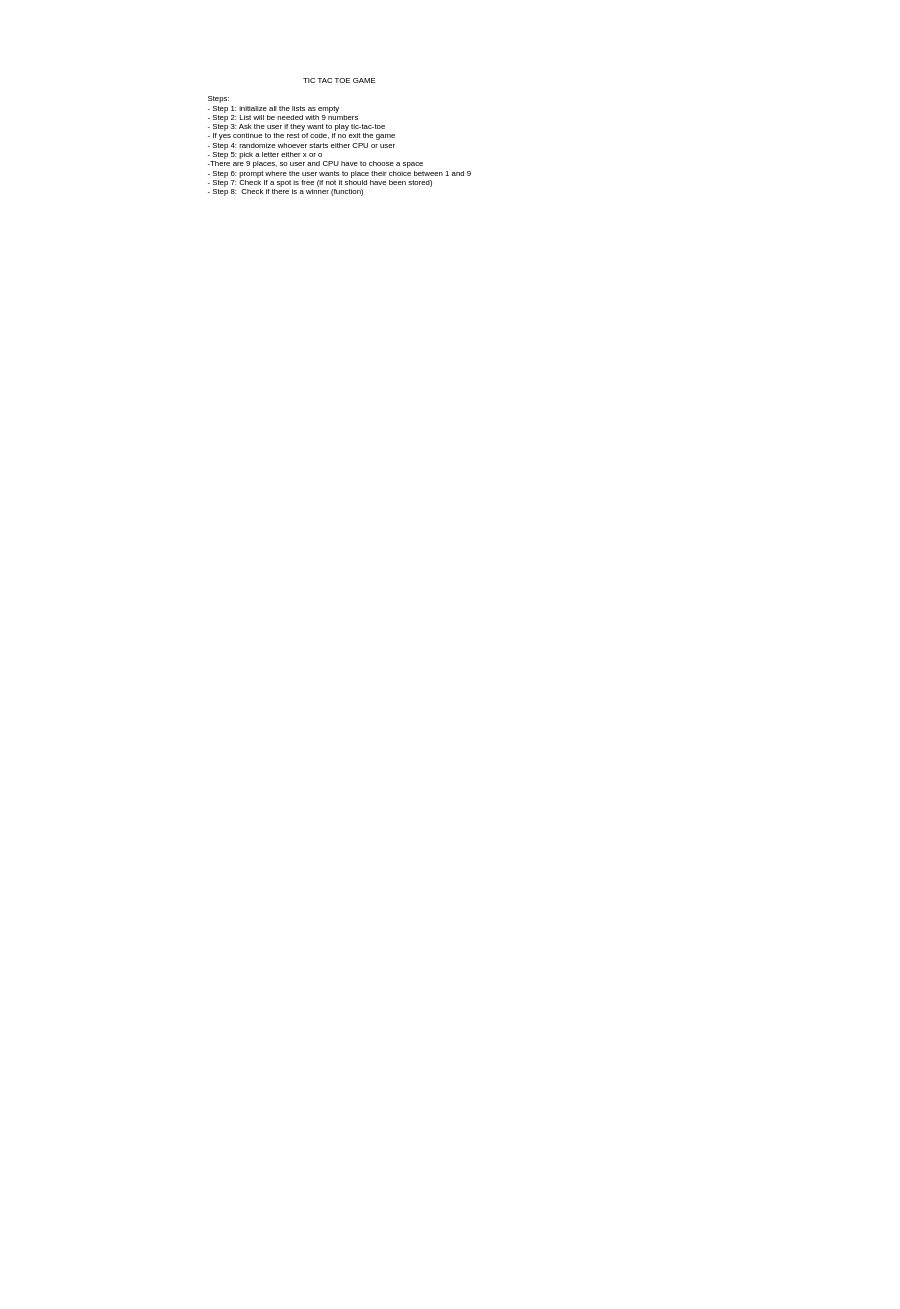
Before: Python Class/tictactoe.drawio in Samoney2005/Code-Learning, a draw.io diagram. Source tidied: cells renumbered, new cells numbered last; positions are measured from the earlier drawing's top-left corner, leaving out a move shared by most shapes. Both pictures are drawn from the tidied source at 65%, with x=0, y=0 at pixel (174, 43).
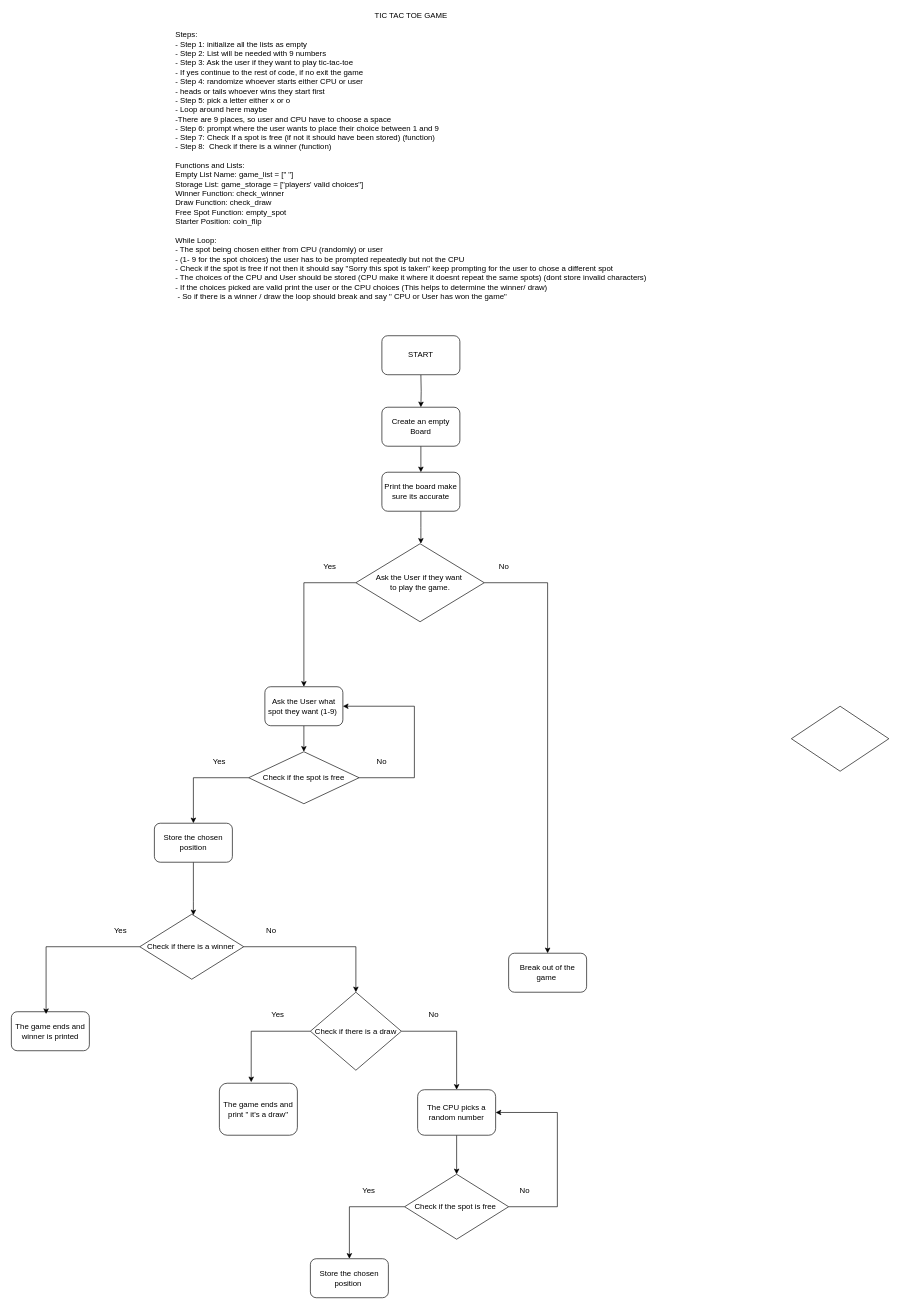
The same diagram, later.

Diff of the diagram source:
```diff
@@
-    <mxCell id="2" value="TIC TAC TOE GAME&lt;div&gt;&lt;br&gt;&lt;/div&gt;&lt;div style=&quot;text-align: left;&quot;&gt;Steps:&amp;nbsp;&lt;/div&gt;&lt;div style=&quot;text-align: justify;&quot;&gt;- Step 1: initialize all the lists as empty&lt;/div&gt;&lt;div style=&quot;text-align: justify;&quot;&gt;- Step 2: List will be needed with 9 numbers&amp;nbsp;&lt;/div&gt;&lt;div style=&quot;text-align: justify;&quot;&gt;- Step 3: Ask the user if they want to play tic-tac-toe&lt;/div&gt;&lt;div style=&quot;text-align: justify;&quot;&gt;- If yes continue to the rest of code, if no exit the game&lt;/div&gt;&lt;div style=&quot;text-align: justify;&quot;&gt;- Step 4:&amp;nbsp;&lt;span style=&quot;background-color: transparent; color: light-dark(rgb(0, 0, 0), rgb(255, 255, 255));&quot;&gt;randomize whoever starts either CPU or user&amp;nbsp;&lt;/span&gt;&lt;/div&gt;&lt;div style=&quot;text-align: justify;&quot;&gt;&lt;span style=&quot;background-color: transparent; color: light-dark(rgb(0, 0, 0), rgb(255, 255, 255));&quot;&gt;- Step 5:&amp;nbsp;&lt;/span&gt;&lt;span style=&quot;background-color: transparent; color: light-dark(rgb(0, 0, 0), rgb(255, 255, 255));&quot;&gt;pick a letter either x or o&lt;/span&gt;&lt;/div&gt;&lt;div style=&quot;text-align: justify;&quot;&gt;&lt;span style=&quot;background-color: transparent; color: light-dark(rgb(0, 0, 0), rgb(255, 255, 255));&quot;&gt;-&lt;/span&gt;&lt;span style=&quot;background-color: transparent; color: light-dark(rgb(0, 0, 0), rgb(255, 255, 255));&quot;&gt;There are 9 places, so user and CPU have to choose a space&amp;nbsp;&lt;/span&gt;&lt;/div&gt;&lt;div style=&quot;text-align: justify;&quot;&gt;&lt;span style=&quot;background-color: transparent; color: light-dark(rgb(0, 0, 0), rgb(255, 255, 255));&quot;&gt;- Step 6:&lt;/span&gt;&lt;span style=&quot;background-color: transparent; color: light-dark(rgb(0, 0, 0), rgb(255, 255, 255));&quot;&gt;&amp;nbsp;&lt;/span&gt;&lt;span style=&quot;background-color: transparent; color: light-dark(rgb(0, 0, 0), rgb(255, 255, 255));&quot;&gt;prompt where the user wants to place their choice between 1 and 9&lt;/span&gt;&lt;/div&gt;&lt;div style=&quot;text-align: justify;&quot;&gt;&lt;span style=&quot;background-color: transparent; color: light-dark(rgb(0, 0, 0), rgb(255, 255, 255));&quot;&gt;- Step 7:&amp;nbsp;&lt;/span&gt;&lt;span style=&quot;background-color: transparent; color: light-dark(rgb(0, 0, 0), rgb(255, 255, 255));&quot;&gt;Check If a spot is free (if not it should have been stored)&lt;/span&gt;&lt;/div&gt;&lt;div style=&quot;text-align: justify;&quot;&gt;&lt;span style=&quot;background-color: transparent; color: light-dark(rgb(0, 0, 0), rgb(255, 255, 255));&quot;&gt;- Step 8:&amp;nbsp;&lt;/span&gt;&lt;span style=&quot;background-color: transparent; color: light-dark(rgb(0, 0, 0), rgb(255, 255, 255));&quot;&gt;&amp;nbsp;&lt;/span&gt;&lt;span style=&quot;background-color: transparent; color: light-dark(rgb(0, 0, 0), rgb(255, 255, 255));&quot;&gt;Check if there is a winner (function)&lt;/span&gt;&lt;/div&gt;&lt;div style=&quot;text-align: justify;&quot;&gt;&lt;span style=&quot;background-color: transparent; color: light-dark(rgb(0, 0, 0), rgb(255, 255, 255));&quot;&gt;&lt;br&gt;&lt;/span&gt;&lt;/div&gt;" style="text;html=1;whiteSpace=wrap;strokeColor=none;fillColor=none;align=center;verticalAlign=middle;rounded=0;" parent="1" vertex="1">
-      <mxGeometry width="510" height="300" as="geometry" />
+    <mxCell id="2" value="TIC TAC TOE GAME&lt;div&gt;&lt;br&gt;&lt;/div&gt;&lt;div style=&quot;text-align: left;&quot;&gt;Steps:&amp;nbsp;&lt;/div&gt;&lt;div style=&quot;text-align: justify;&quot;&gt;- Step 1: initialize all the lists as empty&lt;/div&gt;&lt;div style=&quot;text-align: justify;&quot;&gt;- Step 2: List will be needed with 9 numbers&amp;nbsp;&lt;/div&gt;&lt;div style=&quot;text-align: justify;&quot;&gt;- Step 3: Ask the user if they want to play tic-tac-toe&lt;/div&gt;&lt;div style=&quot;text-align: justify;&quot;&gt;- If yes continue to the rest of code, if no exit the game&lt;/div&gt;&lt;div style=&quot;text-align: justify;&quot;&gt;- Step 4:&amp;nbsp;&lt;span style=&quot;background-color: transparent; color: light-dark(rgb(0, 0, 0), rgb(255, 255, 255));&quot;&gt;randomize whoever starts either CPU or user&amp;nbsp;&lt;/span&gt;&lt;/div&gt;&lt;div style=&quot;text-align: justify;&quot;&gt;&lt;span style=&quot;background-color: transparent; color: light-dark(rgb(0, 0, 0), rgb(255, 255, 255));&quot;&gt;- heads or tails whoever wins they start first&lt;/span&gt;&lt;/div&gt;&lt;div style=&quot;text-align: justify;&quot;&gt;&lt;span style=&quot;background-color: transparent; color: light-dark(rgb(0, 0, 0), rgb(255, 255, 255));&quot;&gt;- Step 5:&amp;nbsp;&lt;/span&gt;&lt;span style=&quot;background-color: transparent; color: light-dark(rgb(0, 0, 0), rgb(255, 255, 255));&quot;&gt;pick a letter either x or o&lt;/span&gt;&lt;/div&gt;&lt;div style=&quot;text-align: justify;&quot;&gt;&lt;span style=&quot;background-color: transparent; color: light-dark(rgb(0, 0, 0), rgb(255, 255, 255));&quot;&gt;- Loop around here maybe&lt;/span&gt;&lt;/div&gt;&lt;div style=&quot;text-align: justify;&quot;&gt;&lt;span style=&quot;background-color: transparent; color: light-dark(rgb(0, 0, 0), rgb(255, 255, 255));&quot;&gt;-&lt;/span&gt;&lt;span style=&quot;background-color: transparent; color: light-dark(rgb(0, 0, 0), rgb(255, 255, 255));&quot;&gt;There are 9 places, so user and CPU have to choose a space&amp;nbsp;&lt;/span&gt;&lt;/div&gt;&lt;div style=&quot;text-align: justify;&quot;&gt;&lt;span style=&quot;background-color: transparent; color: light-dark(rgb(0, 0, 0), rgb(255, 255, 255));&quot;&gt;- Step 6:&lt;/span&gt;&lt;span style=&quot;background-color: transparent; color: light-dark(rgb(0, 0, 0), rgb(255, 255, 255));&quot;&gt;&amp;nbsp;&lt;/span&gt;&lt;span style=&quot;background-color: transparent; color: light-dark(rgb(0, 0, 0), rgb(255, 255, 255));&quot;&gt;prompt where the user wants to place their choice between 1 and 9&lt;/span&gt;&lt;/div&gt;&lt;div style=&quot;text-align: justify;&quot;&gt;&lt;span style=&quot;background-color: transparent; color: light-dark(rgb(0, 0, 0), rgb(255, 255, 255));&quot;&gt;- Step 7:&amp;nbsp;&lt;/span&gt;&lt;span style=&quot;background-color: transparent; color: light-dark(rgb(0, 0, 0), rgb(255, 255, 255));&quot;&gt;Check If a spot is free (if not it should have been stored) (function)&lt;/span&gt;&lt;/div&gt;&lt;div style=&quot;text-align: justify;&quot;&gt;&lt;span style=&quot;background-color: transparent; color: light-dark(rgb(0, 0, 0), rgb(255, 255, 255));&quot;&gt;- Step 8:&amp;nbsp;&lt;/span&gt;&lt;span style=&quot;background-color: transparent; color: light-dark(rgb(0, 0, 0), rgb(255, 255, 255));&quot;&gt;&amp;nbsp;&lt;/span&gt;&lt;span style=&quot;background-color: transparent; color: light-dark(rgb(0, 0, 0), rgb(255, 255, 255));&quot;&gt;Check if there is a winner (function)&lt;/span&gt;&lt;/div&gt;&lt;div style=&quot;text-align: justify;&quot;&gt;&lt;span style=&quot;background-color: transparent; color: light-dark(rgb(0, 0, 0), rgb(255, 255, 255));&quot;&gt;&lt;br&gt;&lt;/span&gt;&lt;/div&gt;&lt;div style=&quot;text-align: justify;&quot;&gt;&lt;span style=&quot;background-color: transparent; color: light-dark(rgb(0, 0, 0), rgb(255, 255, 255));&quot;&gt;Functions and Lists:&lt;/span&gt;&lt;/div&gt;&lt;div style=&quot;text-align: justify;&quot;&gt;&lt;span style=&quot;background-color: transparent; color: light-dark(rgb(0, 0, 0), rgb(255, 255, 255));&quot;&gt;Empty List Name: game_list = [&quot; &quot;]&lt;/span&gt;&lt;/div&gt;&lt;div style=&quot;text-align: justify;&quot;&gt;&lt;span style=&quot;background-color: transparent; color: light-dark(rgb(0, 0, 0), rgb(255, 255, 255));&quot;&gt;Storage List: game_storage = [&quot;players' valid choices&quot;]&lt;/span&gt;&lt;/div&gt;&lt;div style=&quot;text-align: justify;&quot;&gt;&lt;span style=&quot;background-color: transparent; color: light-dark(rgb(0, 0, 0), rgb(255, 255, 255));&quot;&gt;Winner Function: check_winner&lt;/span&gt;&lt;/div&gt;&lt;div style=&quot;text-align: justify;&quot;&gt;&lt;span style=&quot;background-color: transparent; color: light-dark(rgb(0, 0, 0), rgb(255, 255, 255));&quot;&gt;Draw Function: check_draw&lt;/span&gt;&lt;/div&gt;&lt;div style=&quot;text-align: justify;&quot;&gt;&lt;span style=&quot;background-color: transparent; color: light-dark(rgb(0, 0, 0), rgb(255, 255, 255));&quot;&gt;Free Spot Function: empty_spot&lt;/span&gt;&lt;/div&gt;&lt;div style=&quot;text-align: justify;&quot;&gt;Starter Position: coin_flip&lt;/div&gt;&lt;div style=&quot;text-align: justify;&quot;&gt;&lt;span style=&quot;background-color: transparent; color: light-dark(rgb(0, 0, 0), rgb(255, 255, 255));&quot;&gt;&lt;br&gt;&lt;/span&gt;&lt;/div&gt;&lt;div style=&quot;text-align: justify;&quot;&gt;&lt;span style=&quot;background-color: transparent; color: light-dark(rgb(0, 0, 0), rgb(255, 255, 255));&quot;&gt;While Loop:&lt;/span&gt;&lt;/div&gt;&lt;div style=&quot;text-align: justify;&quot;&gt;&lt;span style=&quot;background-color: transparent; color: light-dark(rgb(0, 0, 0), rgb(255, 255, 255));&quot;&gt;- The spot being chosen either from CPU (randomly) or user&amp;nbsp;&lt;/span&gt;&lt;/div&gt;&lt;div style=&quot;text-align: justify;&quot;&gt;&lt;span style=&quot;background-color: transparent; color: light-dark(rgb(0, 0, 0), rgb(255, 255, 255));&quot;&gt;- (1- 9 for the spot choices) the user has to be prompted repeatedly but not the CPU&lt;/span&gt;&lt;/div&gt;&lt;div style=&quot;text-align: justify;&quot;&gt;&lt;span style=&quot;background-color: transparent; color: light-dark(rgb(0, 0, 0), rgb(255, 255, 255));&quot;&gt;- Check if the spot is free if not then it should say &quot;Sorry this spot is taken&quot; keep prompting for the user to chose a different spot&amp;nbsp;&lt;/span&gt;&lt;/div&gt;&lt;div style=&quot;text-align: justify;&quot;&gt;&lt;span style=&quot;background-color: transparent; color: light-dark(rgb(0, 0, 0), rgb(255, 255, 255));&quot;&gt;- The choices of the CPU and User should be stored&amp;nbsp;&lt;/span&gt;&lt;span style=&quot;background-color: transparent; color: light-dark(rgb(0, 0, 0), rgb(255, 255, 255));&quot;&gt;(CPU make it where it doesnt repeat the same spots) (dont store invalid characters)&lt;/span&gt;&lt;/div&gt;&lt;div style=&quot;text-align: justify;&quot;&gt;&lt;span style=&quot;background-color: transparent; color: light-dark(rgb(0, 0, 0), rgb(255, 255, 255));&quot;&gt;- If the choices picked are valid print the user or the CPU choices (This helps to determine the winner/ draw)&lt;/span&gt;&lt;/div&gt;&lt;div style=&quot;text-align: justify;&quot;&gt;&lt;span style=&quot;background-color: transparent; color: light-dark(rgb(0, 0, 0), rgb(255, 255, 255));&quot;&gt;&amp;nbsp;- So if there is a winner / draw the loop should break and say &quot; CPU or User has won the game&quot;&amp;nbsp;&lt;/span&gt;&lt;/div&gt;&lt;div style=&quot;text-align: justify;&quot;&gt;&lt;span style=&quot;background-color: transparent; color: light-dark(rgb(0, 0, 0), rgb(255, 255, 255));&quot;&gt;&lt;br&gt;&lt;/span&gt;&lt;/div&gt;&lt;div style=&quot;text-align: justify;&quot;&gt;&lt;span style=&quot;background-color: transparent; color: light-dark(rgb(0, 0, 0), rgb(255, 255, 255));&quot;&gt;&lt;br&gt;&lt;/span&gt;&lt;/div&gt;&lt;div style=&quot;text-align: justify;&quot;&gt;&lt;span style=&quot;background-color: transparent; color: light-dark(rgb(0, 0, 0), rgb(255, 255, 255));&quot;&gt;&lt;br&gt;&lt;/span&gt;&lt;/div&gt;&lt;div style=&quot;text-align: justify;&quot;&gt;&lt;br&gt;&lt;/div&gt;&lt;div style=&quot;text-align: justify;&quot;&gt;&lt;span style=&quot;background-color: transparent; color: light-dark(rgb(0, 0, 0), rgb(255, 255, 255));&quot;&gt;&lt;br&gt;&lt;/span&gt;&lt;/div&gt;" style="text;html=1;whiteSpace=wrap;strokeColor=none;fillColor=none;align=center;verticalAlign=middle;rounded=0;" parent="1" vertex="1">
+      <mxGeometry width="730" height="420" as="geometry" />
     </mxCell>
+    <mxCell id="3" style="edgeStyle=orthogonalEdgeStyle;rounded=0;jettySize=auto;html=1;" parent="1" edge="1" target="6">
+      <mxGeometry relative="1" as="geometry">
+        <mxPoint x="380" y="510" as="sourcePoint" />
+      </mxGeometry>
+    </mxCell>
+    <mxCell id="4" value="START" style="rounded=1;whiteSpace=wrap;html=1;" parent="1" vertex="1">
+      <mxGeometry x="320" y="450" width="120" height="60" as="geometry" />
+    </mxCell>
+    <mxCell id="5" style="edgeStyle=orthogonalEdgeStyle;rounded=0;jettySize=auto;html=1;exitX=0.5;exitY=1;exitDx=0;exitDy=0;entryX=0.5;entryY=0;entryDx=0;entryDy=0;" parent="1" edge="1" source="6" target="8">
+      <mxGeometry relative="1" as="geometry" />
+    </mxCell>
+    <mxCell id="6" value="Create an empty Board" style="rounded=1;whiteSpace=wrap;html=1;" parent="1" vertex="1">
+      <mxGeometry x="320" y="560" width="120" height="60" as="geometry" />
+    </mxCell>
+    <mxCell id="7" style="edgeStyle=orthogonalEdgeStyle;rounded=0;jettySize=auto;html=1;" parent="1" edge="1" source="8">
+      <mxGeometry relative="1" as="geometry">
+        <mxPoint x="380" y="770" as="targetPoint" />
+      </mxGeometry>
+    </mxCell>
+    <mxCell id="8" value="Print the board make sure its accurate" style="rounded=1;whiteSpace=wrap;html=1;" parent="1" vertex="1">
+      <mxGeometry x="320" y="660" width="120" height="60" as="geometry" />
+    </mxCell>
+    <mxCell id="9" style="edgeStyle=orthogonalEdgeStyle;rounded=0;jettySize=auto;html=1;entryX=0.5;entryY=0;entryDx=0;entryDy=0;" parent="1" edge="1" source="11" target="12">
+      <mxGeometry relative="1" as="geometry" />
+    </mxCell>
+    <mxCell id="10" style="edgeStyle=orthogonalEdgeStyle;rounded=0;jettySize=auto;html=1;entryX=0.5;entryY=0;entryDx=0;entryDy=0;" parent="1" edge="1" source="11" target="20">
+      <mxGeometry relative="1" as="geometry" />
+    </mxCell>
+    <mxCell id="11" value="Ask the User if they want&amp;nbsp;&lt;div&gt;to play the game.&lt;/div&gt;" style="rhombus;whiteSpace=wrap;html=1;" parent="1" vertex="1">
+      <mxGeometry x="280" y="770" width="197.5" height="120" as="geometry" />
+    </mxCell>
+    <mxCell id="12" value="Break out of the game&amp;nbsp;" style="rounded=1;whiteSpace=wrap;html=1;" parent="1" vertex="1">
+      <mxGeometry x="515" y="1400" width="120" height="60" as="geometry" />
+    </mxCell>
+    <mxCell id="13" value="No" style="text;html=1;whiteSpace=wrap;strokeColor=none;fillColor=none;align=center;verticalAlign=middle;rounded=0;" parent="1" vertex="1">
+      <mxGeometry x="477.5" y="790" width="60" height="30" as="geometry" />
+    </mxCell>
+    <mxCell id="14" style="edgeStyle=orthogonalEdgeStyle;rounded=0;jettySize=auto;html=1;entryX=0.5;entryY=0;entryDx=0;entryDy=0;" parent="1" edge="1" source="15" target="17">
+      <mxGeometry relative="1" as="geometry" />
+    </mxCell>
+    <mxCell id="15" value="Check if there is a winner&amp;nbsp;" style="rhombus;whiteSpace=wrap;html=1;" parent="1" vertex="1">
+      <mxGeometry x="-52.5" y="1340" width="160" height="100" as="geometry" />
+    </mxCell>
+    <mxCell id="16" style="edgeStyle=orthogonalEdgeStyle;rounded=0;jettySize=auto;html=1;entryX=0.5;entryY=0;entryDx=0;entryDy=0;" parent="1" edge="1" source="17" target="38">
+      <mxGeometry relative="1" as="geometry" />
+    </mxCell>
+    <mxCell id="17" value="Check if there is a draw" style="rhombus;whiteSpace=wrap;html=1;" parent="1" vertex="1">
+      <mxGeometry x="210" y="1460" width="140" height="120" as="geometry" />
+    </mxCell>
+    <mxCell id="18" style="rhombus;whiteSpace=wrap;html=1;" parent="1" vertex="1">
+      <mxGeometry x="950" y="1020" width="150" height="100" as="geometry" />
+    </mxCell>
+    <mxCell id="19" style="edgeStyle=orthogonalEdgeStyle;rounded=0;jettySize=auto;html=1;entryX=0.5;entryY=0;entryDx=0;entryDy=0;" parent="1" edge="1" source="20" target="25">
+      <mxGeometry relative="1" as="geometry" />
+    </mxCell>
+    <mxCell id="20" value="Ask the User what spot they want (1-9)&amp;nbsp;" style="rounded=1;whiteSpace=wrap;html=1;" parent="1" vertex="1">
+      <mxGeometry x="140" y="990" width="120" height="60" as="geometry" />
+    </mxCell>
+    <mxCell id="21" value="Yes" style="text;html=1;whiteSpace=wrap;strokeColor=none;fillColor=none;align=center;verticalAlign=middle;rounded=0;" parent="1" vertex="1">
+      <mxGeometry x="210" y="790" width="60" height="30" as="geometry" />
+    </mxCell>
+    <mxCell id="22" value="The game ends and winner is printed" style="rounded=1;whiteSpace=wrap;html=1;" parent="1" vertex="1">
+      <mxGeometry x="-250" y="1490" width="120" height="60" as="geometry" />
+    </mxCell>
+    <mxCell id="23" style="edgeStyle=orthogonalEdgeStyle;rounded=0;jettySize=auto;html=1;entryX=0.5;entryY=0;entryDx=0;entryDy=0;" parent="1" edge="1" source="25" target="27">
+      <mxGeometry relative="1" as="geometry" />
+    </mxCell>
+    <mxCell id="24" style="edgeStyle=orthogonalEdgeStyle;rounded=0;jettySize=auto;html=1;entryX=1;entryY=0.5;entryDx=0;entryDy=0;" parent="1" edge="1" source="25" target="20">
+      <mxGeometry relative="1" as="geometry">
+        <Array as="points">
+          <mxPoint x="370" y="1130" />
+          <mxPoint x="370" y="1020" />
+        </Array>
+      </mxGeometry>
+    </mxCell>
+    <mxCell id="25" value="Check if the spot is free" style="rhombus;whiteSpace=wrap;html=1;" parent="1" vertex="1">
+      <mxGeometry x="115" y="1090" width="170" height="80" as="geometry" />
+    </mxCell>
+    <mxCell id="26" style="edgeStyle=orthogonalEdgeStyle;rounded=0;jettySize=auto;html=1;" parent="1" edge="1" source="27" target="15">
+      <mxGeometry relative="1" as="geometry">
+        <Array as="points">
+          <mxPoint x="30" y="1320" />
+          <mxPoint x="30" y="1320" />
+        </Array>
+      </mxGeometry>
+    </mxCell>
+    <mxCell id="27" value="Store the chosen position" style="rounded=1;whiteSpace=wrap;html=1;" parent="1" vertex="1">
+      <mxGeometry x="-30" y="1200" width="120" height="60" as="geometry" />
+    </mxCell>
+    <mxCell id="28" value="Yes" style="text;html=1;whiteSpace=wrap;strokeColor=none;fillColor=none;align=center;verticalAlign=middle;rounded=0;" parent="1" vertex="1">
+      <mxGeometry x="40" y="1090" width="60" height="30" as="geometry" />
+    </mxCell>
+    <mxCell id="29" value="No" style="text;html=1;whiteSpace=wrap;strokeColor=none;fillColor=none;align=center;verticalAlign=middle;rounded=0;" parent="1" vertex="1">
+      <mxGeometry x="290" y="1090" width="60" height="30" as="geometry" />
+    </mxCell>
+    <mxCell id="30" value="Yes" style="text;html=1;whiteSpace=wrap;strokeColor=none;fillColor=none;align=center;verticalAlign=middle;rounded=0;" parent="1" vertex="1">
+      <mxGeometry x="-112.5" y="1350" width="60" height="30" as="geometry" />
+    </mxCell>
+    <mxCell id="31" value="No" style="text;html=1;whiteSpace=wrap;strokeColor=none;fillColor=none;align=center;verticalAlign=middle;rounded=0;" parent="1" vertex="1">
+      <mxGeometry x="120" y="1350" width="60" height="30" as="geometry" />
+    </mxCell>
+    <mxCell id="32" style="edgeStyle=orthogonalEdgeStyle;rounded=0;jettySize=auto;html=1;entryX=0.445;entryY=0.06;entryDx=0;entryDy=0;entryPerimeter=0;" parent="1" edge="1" source="15" target="22">
+      <mxGeometry relative="1" as="geometry">
+        <Array as="points">
+          <mxPoint x="-197" y="1390" />
+        </Array>
+      </mxGeometry>
+    </mxCell>
+    <mxCell id="33" value="The game ends and print &quot; it's a draw&quot;" style="rounded=1;whiteSpace=wrap;html=1;" parent="1" vertex="1">
+      <mxGeometry x="70" y="1600" width="120" height="80" as="geometry" />
+    </mxCell>
+    <mxCell id="34" style="edgeStyle=orthogonalEdgeStyle;rounded=0;jettySize=auto;html=1;entryX=0.408;entryY=-0.02;entryDx=0;entryDy=0;entryPerimeter=0;" parent="1" edge="1" source="17" target="33">
+      <mxGeometry relative="1" as="geometry" />
+    </mxCell>
+    <mxCell id="35" value="Yes" style="text;html=1;whiteSpace=wrap;strokeColor=none;fillColor=none;align=center;verticalAlign=middle;rounded=0;" parent="1" vertex="1">
+      <mxGeometry x="130" y="1480" width="60" height="30" as="geometry" />
+    </mxCell>
+    <mxCell id="36" value="No" style="text;html=1;whiteSpace=wrap;strokeColor=none;fillColor=none;align=center;verticalAlign=middle;rounded=0;" parent="1" vertex="1">
+      <mxGeometry x="370" y="1480" width="60" height="30" as="geometry" />
+    </mxCell>
+    <mxCell id="37" style="edgeStyle=orthogonalEdgeStyle;rounded=0;jettySize=auto;html=1;" parent="1" edge="1" source="38" target="41">
+      <mxGeometry relative="1" as="geometry" />
+    </mxCell>
+    <mxCell id="38" value="The CPU picks a random number" style="rounded=1;whiteSpace=wrap;html=1;" parent="1" vertex="1">
+      <mxGeometry x="375" y="1610" width="120" height="70" as="geometry" />
+    </mxCell>
+    <mxCell id="39" style="edgeStyle=orthogonalEdgeStyle;rounded=0;jettySize=auto;html=1;entryX=1;entryY=0.5;entryDx=0;entryDy=0;" parent="1" edge="1" source="41" target="38">
+      <mxGeometry relative="1" as="geometry">
+        <Array as="points">
+          <mxPoint x="590" y="1790" />
+          <mxPoint x="590" y="1645" />
+        </Array>
+      </mxGeometry>
+    </mxCell>
+    <mxCell id="40" style="edgeStyle=orthogonalEdgeStyle;rounded=0;jettySize=auto;html=1;entryX=0.5;entryY=0;entryDx=0;entryDy=0;" parent="1" edge="1" source="41" target="44">
+      <mxGeometry relative="1" as="geometry" />
+    </mxCell>
+    <mxCell id="41" value="Check if the spot is free&amp;nbsp;" style="rhombus;whiteSpace=wrap;html=1;" parent="1" vertex="1">
+      <mxGeometry x="355" y="1740" width="160" height="100" as="geometry" />
+    </mxCell>
+    <mxCell id="42" value="No" style="text;html=1;whiteSpace=wrap;strokeColor=none;fillColor=none;align=center;verticalAlign=middle;rounded=0;" parent="1" vertex="1">
+      <mxGeometry x="510" y="1750" width="60" height="30" as="geometry" />
+    </mxCell>
+    <mxCell id="43" value="Yes" style="text;html=1;whiteSpace=wrap;strokeColor=none;fillColor=none;align=center;verticalAlign=middle;rounded=0;" parent="1" vertex="1">
+      <mxGeometry x="270" y="1750" width="60" height="30" as="geometry" />
+    </mxCell>
+    <mxCell id="44" value="Store the chosen position&amp;nbsp;" style="rounded=1;whiteSpace=wrap;html=1;" parent="1" vertex="1">
+      <mxGeometry x="210" y="1870" width="120" height="60" as="geometry" />
+    </mxCell>
```
